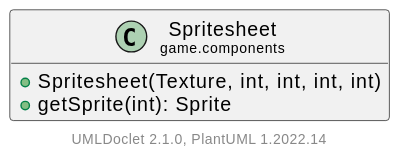
Earlier version of the PlantUML export doc/javadoc/game/components/Spritesheet.svg (Hirschiii/JavaGameEngine). Its diagram source:
```plantuml
@startuml
    set namespaceSeparator none
    hide empty fields
    hide empty methods

    class "<size:14>Spritesheet\n<size:10>game.components" as game.components.Spritesheet [[Spritesheet.html]] {
        +Spritesheet(Texture, int, int, int, int)
        +getSprite(int): Sprite
    }

    center footer UMLDoclet 2.1.0, PlantUML %version()
@enduml
```
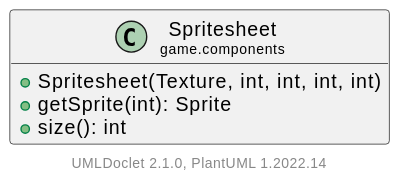
Later version of the same file.

Change to the diagram source:
```diff
@@ -6,6 +6,7 @@
     class "<size:14>Spritesheet\n<size:10>game.components" as game.components.Spritesheet [[Spritesheet.html]] {
         +Spritesheet(Texture, int, int, int, int)
         +getSprite(int): Sprite
+        +size(): int
     }
 
     center footer UMLDoclet 2.1.0, PlantUML %version()
```
